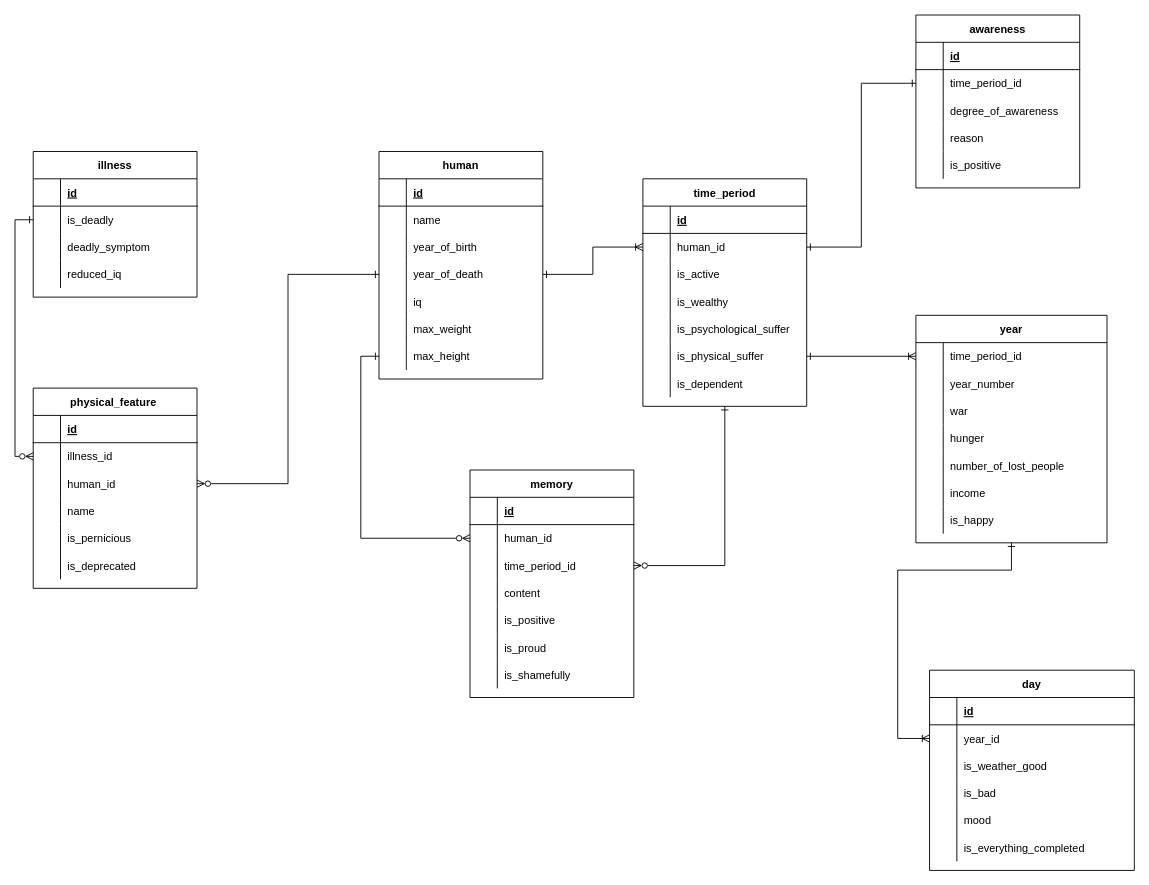
Before: documentation/Untitled Diagram.drawio in semwett0301/booking-java-back, a draw.io diagram. Source tidied: cells renumbered, new cells numbered last; positions are measured from the earlier drawing's top-left corner, leaving out a move shared by most shapes. Both pictures are drawn from the tidied source at 91%, with x=0, y=0 at pixel (33, 15).
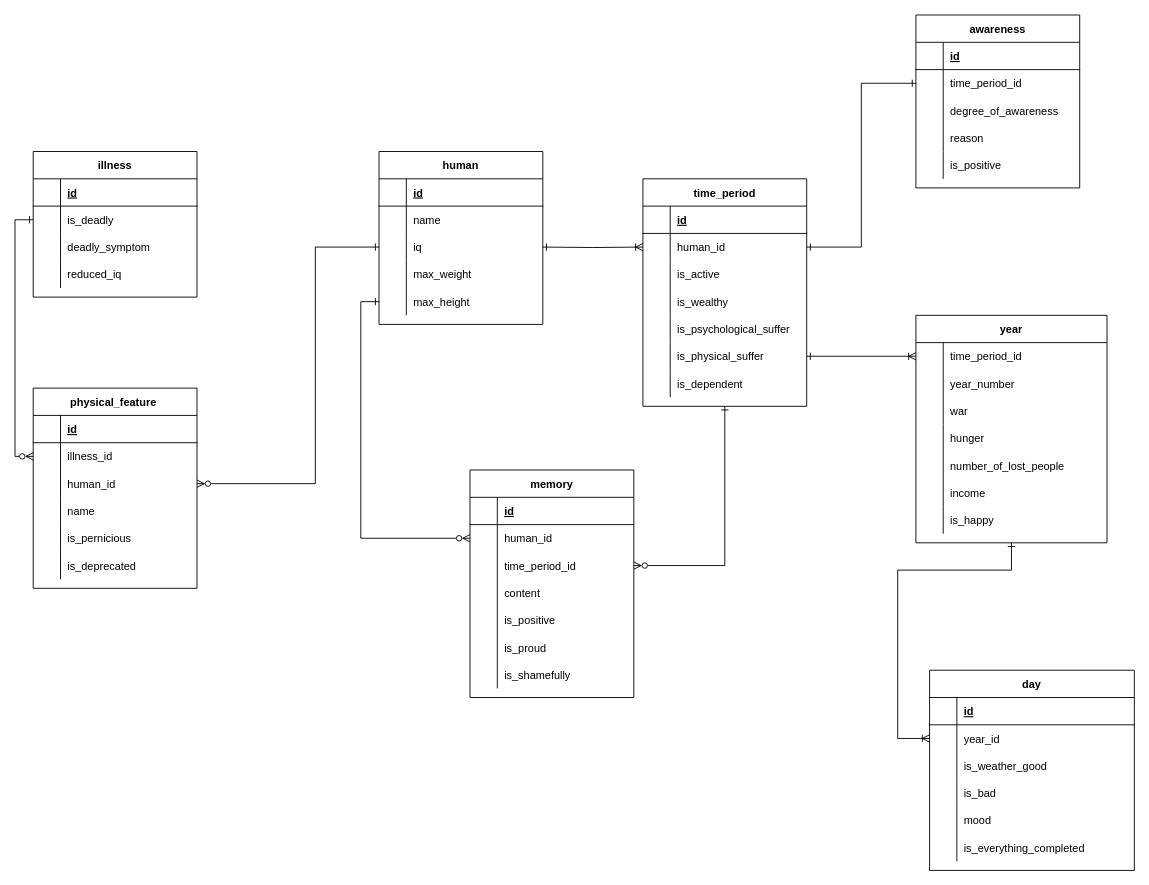
The same diagram, later.

The change refers to these unchanged cells:
```xml
<mxCell id="42" style="shape=tableRow;horizontal=0;startSize=0;swimlaneHead=0;swimlaneBody=0;fillColor=none;points=[[0,0.5],[1,0.5]];portConstraint=eastwest;top=0;left=0;right=0;bottom=0;" parent="38" vertex="1">
  <mxGeometry y="60" width="180" height="30" as="geometry" />
</mxCell>
<mxCell id="146" style="shape=tableRow;horizontal=0;startSize=0;swimlaneHead=0;swimlaneBody=0;fillColor=none;points=[[0,0.5],[1,0.5]];portConstraint=eastwest;top=0;left=0;right=0;bottom=0;" parent="139" vertex="1">
  <mxGeometry y="90" width="180" height="30" as="geometry" />
</mxCell>
```

What changed in the source:
```diff
@@
     <mxCell id="95" value="human" style="shape=table;startSize=30;childLayout=tableLayout;rowLines=0;fontStyle=1;align=center;" parent="1" vertex="1">
-      <mxGeometry x="380" y="150" width="180" height="250" as="geometry" />
+      <mxGeometry x="380" y="150" width="180" height="190" as="geometry" />
     </mxCell>
@@
-    <mxCell id="102" style="shape=tableRow;horizontal=0;startSize=0;swimlaneHead=0;swimlaneBody=0;fillColor=none;top=0;left=0;right=0;bottom=0;" parent="95" vertex="1">
-      <mxGeometry y="90" width="180" height="30" as="geometry" />
-    </mxCell>
-    <mxCell id="103" style="shape=partialRectangle;fillColor=none;top=0;left=0;bottom=0;right=0;overflow=hidden;" parent="102" vertex="1">
-      <mxGeometry width="30" height="30" as="geometry" />
-    </mxCell>
-    <mxCell id="104" value="year_of_birth" style="shape=partialRectangle;fillColor=none;top=0;left=0;bottom=0;right=0;align=left;spacingLeft=6;overflow=hidden;" parent="102" vertex="1">
-      <mxGeometry x="30" width="150" height="30" as="geometry" />
-    </mxCell>
-    <mxCell id="105" style="shape=tableRow;horizontal=0;startSize=0;swimlaneHead=0;swimlaneBody=0;fillColor=none;points=[[0,0.5],[1,0.5]];portConstraint=eastwest;top=0;left=0;right=0;bottom=0;" parent="95" vertex="1">
-      <mxGeometry y="120" width="180" height="30" as="geometry" />
-    </mxCell>
-    <mxCell id="106" style="shape=partialRectangle;fillColor=none;top=0;left=0;bottom=0;right=0;overflow=hidden;" parent="105" vertex="1">
-      <mxGeometry width="30" height="30" as="geometry" />
-    </mxCell>
-    <mxCell id="107" value="year_of_death" style="shape=partialRectangle;fillColor=none;top=0;left=0;bottom=0;right=0;align=left;spacingLeft=6;overflow=hidden;" parent="105" vertex="1">
-      <mxGeometry x="30" width="150" height="30" as="geometry" />
-    </mxCell>
     <mxCell id="108" style="shape=tableRow;horizontal=0;startSize=0;swimlaneHead=0;swimlaneBody=0;fillColor=none;top=0;left=0;right=0;bottom=0;" parent="95" vertex="1">
-      <mxGeometry y="150" width="180" height="30" as="geometry" />
+      <mxGeometry y="90" width="180" height="30" as="geometry" />
     </mxCell>
@@
     <mxCell id="111" style="shape=tableRow;horizontal=0;startSize=0;swimlaneHead=0;swimlaneBody=0;fillColor=none;top=0;left=0;right=0;bottom=0;" parent="95" vertex="1">
-      <mxGeometry y="180" width="180" height="30" as="geometry" />
+      <mxGeometry y="120" width="180" height="30" as="geometry" />
     </mxCell>
@@
     <mxCell id="114" style="shape=tableRow;horizontal=0;startSize=0;swimlaneHead=0;swimlaneBody=0;fillColor=none;points=[[0,0.5],[1,0.5]];portConstraint=eastwest;top=0;left=0;right=0;bottom=0;" parent="95" vertex="1">
-      <mxGeometry y="210" width="180" height="30" as="geometry" />
+      <mxGeometry y="150" width="180" height="30" as="geometry" />
     </mxCell>
@@
-    <mxCell id="158" style="edgeStyle=orthogonalEdgeStyle;rounded=0;jettySize=auto;html=1;entryX=0;entryY=0.5;entryDx=0;entryDy=0;endArrow=ERoneToMany;endFill=0;startArrow=ERone;startFill=0;" parent="1" edge="1" source="105" target="42">
-      <mxGeometry relative="1" as="geometry" />
+    <mxCell id="158" style="edgeStyle=orthogonalEdgeStyle;rounded=0;jettySize=auto;html=1;entryX=0;entryY=0.5;entryDx=0;entryDy=0;endArrow=ERoneToMany;endFill=0;startArrow=ERone;startFill=0;" parent="1" edge="1" target="42">
+      <mxGeometry relative="1" as="geometry">
+        <mxPoint x="560" y="255" as="sourcePoint" />
+      </mxGeometry>
     </mxCell>
@@
-    <mxCell id="164" style="edgeStyle=orthogonalEdgeStyle;rounded=0;jettySize=auto;html=1;entryX=1;entryY=0.5;entryDx=0;entryDy=0;startArrow=ERone;startFill=0;endArrow=ERzeroToMany;endFill=0;" parent="1" edge="1" source="105" target="146">
-      <mxGeometry relative="1" as="geometry" />
+    <mxCell id="164" style="edgeStyle=orthogonalEdgeStyle;rounded=0;jettySize=auto;html=1;entryX=1;entryY=0.5;entryDx=0;entryDy=0;startArrow=ERone;startFill=0;endArrow=ERzeroToMany;endFill=0;" parent="1" edge="1" target="146">
+      <mxGeometry relative="1" as="geometry">
+        <mxPoint x="380" y="255" as="sourcePoint" />
+        <Array as="points">
+          <mxPoint x="310" y="255" />
+          <mxPoint x="310" y="515" />
+        </Array>
+      </mxGeometry>
     </mxCell>
```
